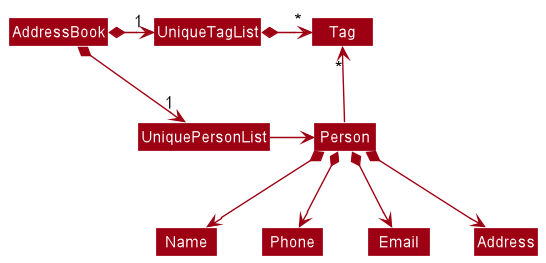
Earlier version of the PlantUML export docs/images/BetterModelClassDiagram.png (nus-cs2103-AY2122S1/tp). The source it was exported from:
```plantuml
@startuml
!include style.puml
skinparam arrowThickness 1.1
skinparam arrowColor MODEL_COLOR
skinparam classBackgroundColor MODEL_COLOR

AddressBook *-right-> "1" UniquePersonList
AddressBook *-right-> "1" UniqueTagList
UniqueTagList -[hidden]down- UniquePersonList
UniqueTagList -[hidden]down- UniquePersonList

UniqueTagList *-right-> "*" Tag
UniquePersonList -right-> Person

Person -up-> "*" Tag

Person *--> Name
Person *--> Phone
Person *--> Email
Person *--> Address
@enduml
```
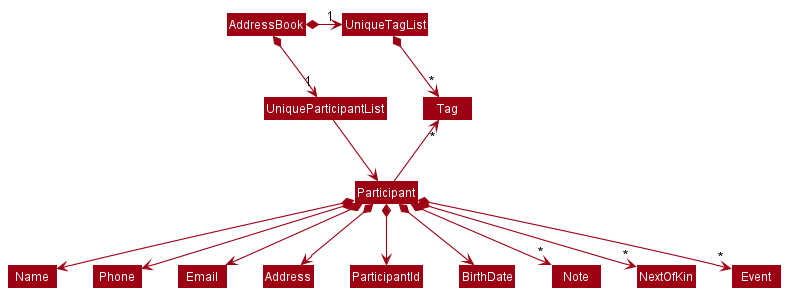
The same file after the commit.

The edit, as a diff of the source:
```diff
@@ -4,18 +4,23 @@
 skinparam arrowColor MODEL_COLOR
 skinparam classBackgroundColor MODEL_COLOR
 
-AddressBook *-right-> "1" UniquePersonList
+AddressBook *-right-> "1" UniqueParticipantList
 AddressBook *-right-> "1" UniqueTagList
-UniqueTagList -[hidden]down- UniquePersonList
-UniqueTagList -[hidden]down- UniquePersonList
+UniqueTagList -[hidden]down- UniqueParticipantList
+UniqueTagList -[hidden]down- UniqueParticipantList
 
 UniqueTagList *-right-> "*" Tag
-UniquePersonList -right-> Person
+UniqueParticipantList -down-> Participant
 
-Person -up-> "*" Tag
+Participant -up-> "*" Tag
 
-Person *--> Name
-Person *--> Phone
-Person *--> Email
-Person *--> Address
+Participant *--> Name
+Participant *--> Phone
+Participant *--> Email
+Participant *--> Address
+Participant *--> ParticipantId
+Participant *--> BirthDate
+Participant *--> "*" Note
+Participant *--> "*" NextOfKin
+Participant *--> "*" Event
 @enduml
```
